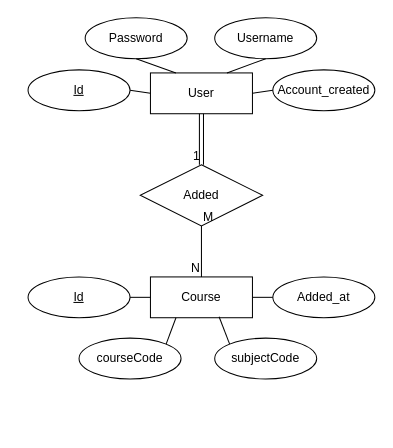
JohannaHannahoJ/ts-projektuppgift-jh-postgres keeps this draw.io diagram as er-diagram-diary.drawio. Above is the earlier version. Source tidied: cells renumbered, new cells numbered last; positions are measured from the earlier drawing's top-left corner, leaving out a move shared by most shapes. Both pictures are drawn from the tidied source at 102%, with x=0, y=0 at pixel (28, 17).
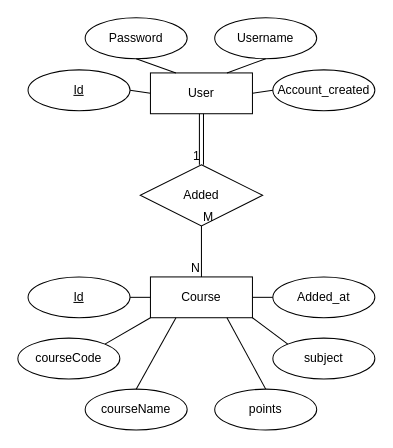
After the change.

Commit message (it also covers changes not shown here):
Uppdate ER chart and relations in README

The change refers to these unchanged cells:
```xml
<mxCell id="7" value="Course" style="whiteSpace=wrap;html=1;align=center;" parent="1" vertex="1">
  <mxGeometry x="120" y="254" width="100" height="40" as="geometry" />
</mxCell>
```

What changed in the source:
```diff
@@
     <mxCell id="15" value="courseCode" style="ellipse;whiteSpace=wrap;html=1;align=center;" parent="1" vertex="1">
-      <mxGeometry x="50" y="314" width="100" height="40" as="geometry" />
+      <mxGeometry x="-10" y="314" width="100" height="40" as="geometry" />
     </mxCell>
@@
-    <mxCell id="18" style="endArrow=none;html=1;rounded=0;exitX=0.25;exitY=1;exitDx=0;exitDy=0;entryX=1;entryY=0;entryDx=0;entryDy=0;" parent="1" edge="1" source="7" target="15">
+    <mxCell id="18" style="endArrow=none;html=1;rounded=0;exitX=0;exitY=1;exitDx=0;exitDy=0;entryX=1;entryY=0;entryDx=0;entryDy=0;" parent="1" edge="1" source="7" target="15">
       <mxGeometry relative="1" as="geometry" />
     </mxCell>
@@
-    <mxCell id="24" value="subjectCode" style="ellipse;whiteSpace=wrap;html=1;align=center;" parent="1" vertex="1">
-      <mxGeometry x="183" y="314" width="100" height="40" as="geometry" />
+    <mxCell id="24" value="subject" style="ellipse;whiteSpace=wrap;html=1;align=center;" parent="1" vertex="1">
+      <mxGeometry x="240" y="314" width="100" height="40" as="geometry" />
     </mxCell>
-    <mxCell id="25" style="endArrow=none;html=1;rounded=0;exitX=0.673;exitY=0.975;exitDx=0;exitDy=0;exitPerimeter=0;entryX=0;entryY=0;entryDx=0;entryDy=0;" parent="1" edge="1" source="7" target="24">
+    <mxCell id="25" style="endArrow=none;html=1;rounded=0;exitX=1;exitY=1;exitDx=0;exitDy=0;entryX=0;entryY=0;entryDx=0;entryDy=0;" parent="1" edge="1" source="7" target="24">
       <mxGeometry relative="1" as="geometry" />
     </mxCell>
+    <mxCell id="26" value="courseName" style="ellipse;whiteSpace=wrap;html=1;align=center;" parent="1" vertex="1">
+      <mxGeometry x="56" y="364" width="100" height="40" as="geometry" />
+    </mxCell>
+    <mxCell id="27" value="points" style="ellipse;whiteSpace=wrap;html=1;align=center;" parent="1" vertex="1">
+      <mxGeometry x="183" y="364" width="100" height="40" as="geometry" />
+    </mxCell>
+    <mxCell id="28" style="endArrow=none;html=1;rounded=0;exitX=0.25;exitY=1;exitDx=0;exitDy=0;entryX=0.5;entryY=0;entryDx=0;entryDy=0;" parent="1" edge="1" source="7" target="26">
+      <mxGeometry relative="1" as="geometry" />
+    </mxCell>
+    <mxCell id="29" style="endArrow=none;html=1;rounded=0;exitX=0.75;exitY=1;exitDx=0;exitDy=0;entryX=0.5;entryY=0;entryDx=0;entryDy=0;" parent="1" edge="1" source="7" target="27">
+      <mxGeometry relative="1" as="geometry" />
+    </mxCell>
```
